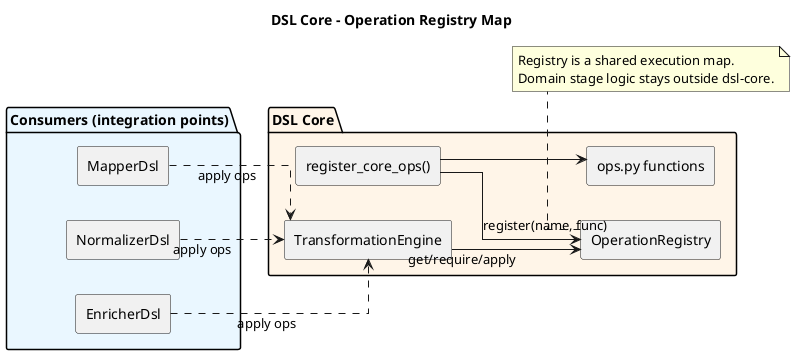
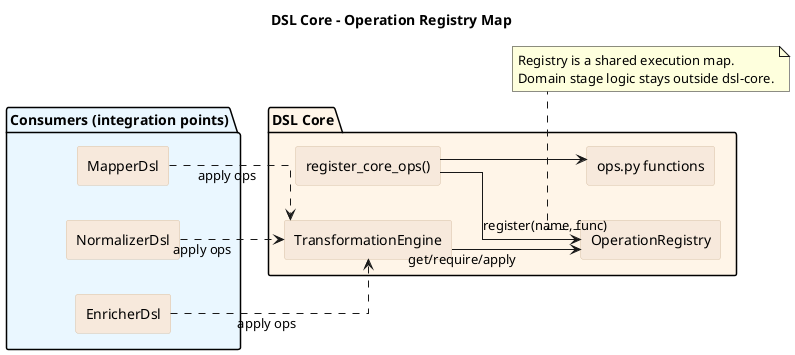
@startuml
title DSL Core - Operation Registry Map

left to right direction
+ skinparam backgroundColor white
skinparam componentStyle rectangle
skinparam defaultFontName Arial
skinparam linetype ortho
+ skinparam component {
+   BackgroundColor #f7e9dc
+   BorderColor #d9c2a8
+ }

package "DSL Core" #FFF5E8 {
  [OperationRegistry] as Registry
  [register_core_ops()] as RegisterCore
  [TransformationEngine] as Engine
  [ops.py functions] as Ops
}

package "Consumers (integration points)" #EAF7FF {
  [MapperDsl] as Mapper
  [NormalizerDsl] as Normalizer
  [EnricherDsl] as Enricher
}

RegisterCore --> Ops
RegisterCore --> Registry : register(name, func)
Engine --> Registry : get/require/apply

Mapper ..> Engine : apply ops
Normalizer ..> Engine : apply ops
Enricher ..> Engine : apply ops

note bottom of Registry
Registry is a shared execution map.
Domain stage logic stays outside dsl-core.
end note

@enduml
